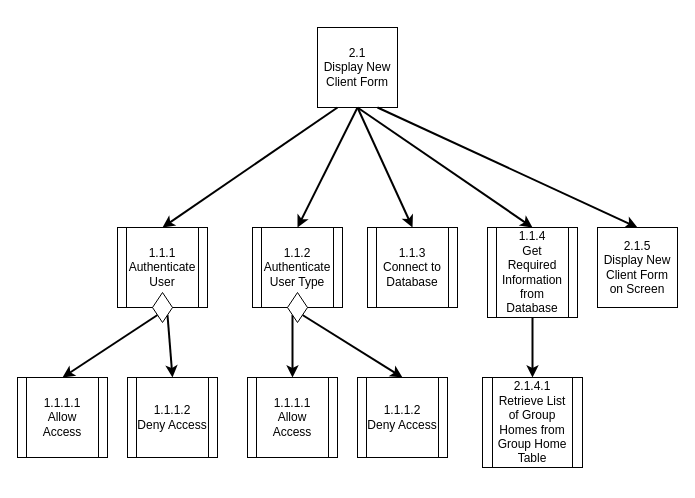
Above: page "2.1: Display New Client Form" (1 of 2) of Diagrams/StructureCharts/Proc2CreateClient.drawio in Harlento/SchedulingSystem (draw.io), before the change. Source tidied: cells renumbered, new cells numbered last; positions are measured from the earlier drawing's top-left corner, leaving out a move shared by most shapes. Both pictures are drawn from the tidied source at 100%, with x=0, y=0 at pixel (17, 27).
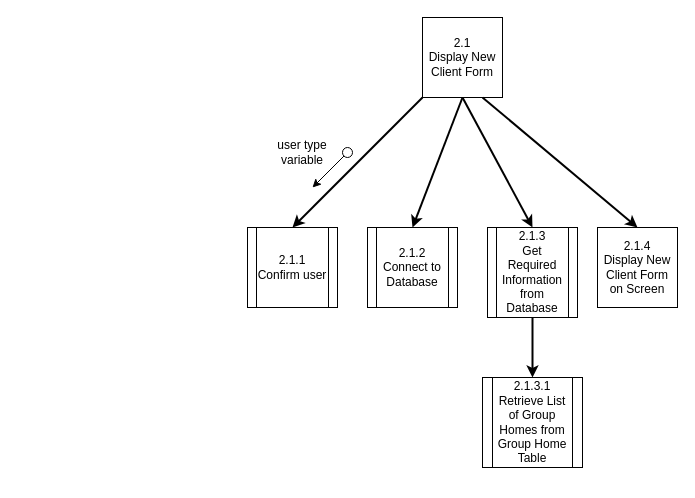
After the change.

Change to the diagram source:
```diff
@@
     <mxCell id="2" value="2.1&lt;br&gt;Display New Client Form" style="whiteSpace=wrap;html=1;" parent="1" vertex="1">
-      <mxGeometry x="300" width="80" height="80" as="geometry" />
+      <mxGeometry x="405" y="-10" width="80" height="80" as="geometry" />
     </mxCell>
-    <mxCell id="3" style="endArrow=classic;html=1;" parent="1" edge="1">
-      <mxGeometry relative="1" as="geometry">
-        <mxPoint x="130" y="440" as="sourcePoint" />
-        <mxPoint x="130" y="440" as="targetPoint" />
-      </mxGeometry>
-    </mxCell>
-    <mxCell id="4" value="2.1.5&lt;br&gt;Display New Client Form on Screen" style="whiteSpace=wrap;html=1;" parent="1" vertex="1">
+    <mxCell id="4" value="2.1.4&lt;br&gt;Display New Client Form on Screen" style="whiteSpace=wrap;html=1;" parent="1" vertex="1">
       <mxGeometry x="580" y="200" width="80" height="80" as="geometry" />
     </mxCell>
-    <mxCell id="5" style="endArrow=classic;html=1;exitX=0;exitY=1;exitDx=0;exitDy=0;entryX=0.5;entryY=0;entryDx=0;entryDy=0;strokeWidth=2;" parent="1" edge="1" source="12" target="11">
-      <mxGeometry relative="1" as="geometry" />
-    </mxCell>
@@
-    <mxCell id="7" style="endArrow=classic;html=1;exitX=0.25;exitY=1;exitDx=0;exitDy=0;entryX=0.5;entryY=0;entryDx=0;entryDy=0;strokeWidth=2;" parent="1" edge="1" source="2" target="9">
-      <mxGeometry relative="1" as="geometry" />
-    </mxCell>
-    <mxCell id="8" style="endArrow=classic;html=1;strokeWidth=2;entryX=0.5;entryY=0;entryDx=0;entryDy=0;exitX=1;exitY=1;exitDx=0;exitDy=0;" parent="1" edge="1" source="12" target="10">
-      <mxGeometry relative="1" as="geometry" />
-    </mxCell>
-    <mxCell id="9" value="&lt;span style=&quot;white-space: normal&quot;&gt;1.1.1&lt;br&gt;&lt;/span&gt;Authenticate User" style="shape=process;whiteSpace=wrap;html=1;backgroundOutline=1;" parent="1" vertex="1">
-      <mxGeometry x="100" y="200" width="90" height="80" as="geometry" />
-    </mxCell>
-    <mxCell id="10" value="1.1.1.2&lt;br&gt;Deny Access" style="shape=process;whiteSpace=wrap;html=1;backgroundOutline=1;" parent="1" vertex="1">
-      <mxGeometry x="110" y="350" width="90" height="80" as="geometry" />
-    </mxCell>
-    <mxCell id="11" value="1.1.1.1&lt;br&gt;Allow Access" style="shape=process;whiteSpace=wrap;html=1;backgroundOutline=1;" parent="1" vertex="1">
-      <mxGeometry y="350" width="90" height="80" as="geometry" />
-    </mxCell>
-    <mxCell id="12" style="rhombus;whiteSpace=wrap;html=1;fillColor=#FFFFFF;" parent="1" vertex="1">
-      <mxGeometry x="135" y="265" width="20" height="30" as="geometry" />
-    </mxCell>
-    <mxCell id="13" style="endArrow=classic;html=1;" parent="1" edge="1">
-      <mxGeometry relative="1" as="geometry">
-        <mxPoint x="290" y="445" as="sourcePoint" />
-        <mxPoint x="290" y="445" as="targetPoint" />
-      </mxGeometry>
-    </mxCell>
-    <mxCell id="14" style="endArrow=classic;html=1;exitX=0;exitY=1;exitDx=0;exitDy=0;strokeWidth=2;entryX=0.5;entryY=0;entryDx=0;entryDy=0;" parent="1" edge="1" source="17" target="23">
-      <mxGeometry relative="1" as="geometry" />
-    </mxCell>
-    <mxCell id="15" style="endArrow=classic;html=1;strokeWidth=2;exitX=1;exitY=1;exitDx=0;exitDy=0;entryX=0.5;entryY=0;entryDx=0;entryDy=0;" parent="1" edge="1" source="17" target="24">
-      <mxGeometry relative="1" as="geometry" />
-    </mxCell>
-    <mxCell id="16" value="&lt;span style=&quot;white-space: normal&quot;&gt;1.1.2&lt;br&gt;&lt;/span&gt;Authenticate User Type" style="shape=process;whiteSpace=wrap;html=1;backgroundOutline=1;" parent="1" vertex="1">
-      <mxGeometry x="235" y="200" width="90" height="80" as="geometry" />
-    </mxCell>
-    <mxCell id="17" style="rhombus;whiteSpace=wrap;html=1;fillColor=#FFFFFF;" parent="1" vertex="1">
-      <mxGeometry x="270" y="265" width="20" height="30" as="geometry" />
-    </mxCell>
-    <mxCell id="18" style="endArrow=classic;html=1;exitX=0.5;exitY=1;exitDx=0;exitDy=0;entryX=0.5;entryY=0;entryDx=0;entryDy=0;strokeWidth=2;" parent="1" edge="1" source="2" target="16">
-      <mxGeometry relative="1" as="geometry" />
-    </mxCell>
@@
-    <mxCell id="20" value="2.1.4.1&lt;br&gt;Retrieve List of Group Homes from Group Home Table" style="shape=process;whiteSpace=wrap;html=1;backgroundOutline=1;" parent="1" vertex="1">
+    <mxCell id="20" value="2.1.3.1&lt;br&gt;Retrieve List of Group Homes from Group Home Table" style="shape=process;whiteSpace=wrap;html=1;backgroundOutline=1;" parent="1" vertex="1">
       <mxGeometry x="465" y="350" width="100" height="90" as="geometry" />
     </mxCell>
@@
-    <mxCell id="22" value="1.1.4&lt;br&gt;Get Required Information from Database" style="shape=process;whiteSpace=wrap;html=1;backgroundOutline=1;" parent="1" vertex="1">
+    <mxCell id="22" value="2.1.3&lt;br&gt;Get Required Information from Database" style="shape=process;whiteSpace=wrap;html=1;backgroundOutline=1;" parent="1" vertex="1">
       <mxGeometry x="470" y="200" width="90" height="90" as="geometry" />
     </mxCell>
-    <mxCell id="23" value="1.1.1.1&lt;br&gt;Allow Access" style="shape=process;whiteSpace=wrap;html=1;backgroundOutline=1;" parent="1" vertex="1">
-      <mxGeometry x="230" y="350" width="90" height="80" as="geometry" />
-    </mxCell>
-    <mxCell id="24" value="1.1.1.2&lt;br&gt;Deny Access" style="shape=process;whiteSpace=wrap;html=1;backgroundOutline=1;" parent="1" vertex="1">
-      <mxGeometry x="340" y="350" width="90" height="80" as="geometry" />
-    </mxCell>
-    <mxCell id="25" value="1.1.3&lt;br&gt;Connect to Database" style="shape=process;whiteSpace=wrap;html=1;backgroundOutline=1;" parent="1" vertex="1">
+    <mxCell id="25" value="2.1.2&lt;br&gt;Connect to Database" style="shape=process;whiteSpace=wrap;html=1;backgroundOutline=1;" parent="1" vertex="1">
       <mxGeometry x="350" y="200" width="90" height="80" as="geometry" />
     </mxCell>
@@
+    <mxCell id="27" value="2.1.1&lt;br&gt;Confirm user" style="shape=process;whiteSpace=wrap;html=1;backgroundOutline=1;" parent="1" vertex="1">
+      <mxGeometry x="230" y="200" width="90" height="80" as="geometry" />
+    </mxCell>
+    <mxCell id="28" style="endArrow=classic;html=1;strokeWidth=2;entryX=0.5;entryY=0;entryDx=0;entryDy=0;exitX=0;exitY=1;exitDx=0;exitDy=0;" parent="1" edge="1" source="2" target="27">
+      <mxGeometry relative="1" as="geometry" />
+    </mxCell>
+    <mxCell id="29" style="endArrow=classic;html=1;exitX=0;exitY=1;exitDx=0;exitDy=0;" parent="1" edge="1" source="30">
+      <mxGeometry relative="1" as="geometry">
+        <mxPoint x="295" y="160" as="targetPoint" />
+      </mxGeometry>
+    </mxCell>
+    <mxCell id="30" style="ellipse;whiteSpace=wrap;html=1;fillColor=#FFFFFF;" parent="1" vertex="1">
+      <mxGeometry x="325" y="120" width="10" height="10" as="geometry" />
+    </mxCell>
+    <mxCell id="31" value="user type variable" style="text;html=1;strokeColor=none;fillColor=none;align=center;verticalAlign=middle;whiteSpace=wrap;rounded=0;" parent="1" vertex="1">
+      <mxGeometry x="255" y="115" width="60" height="20" as="geometry" />
+    </mxCell>
```
